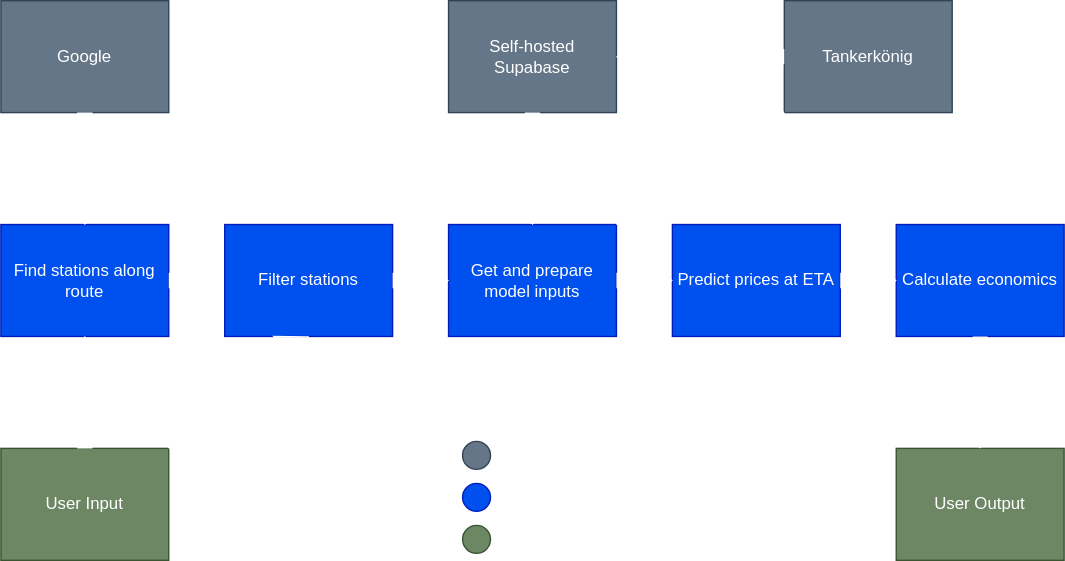
Before: structure_graphs/dark_theme_workflow.drawio.svg, a diagram exported from draw.io (momade02/ds_project_main). Source tidied: cells renumbered, new cells last; positions are measured from the earlier drawing's top-left corner, leaving out a move shared by most shapes.
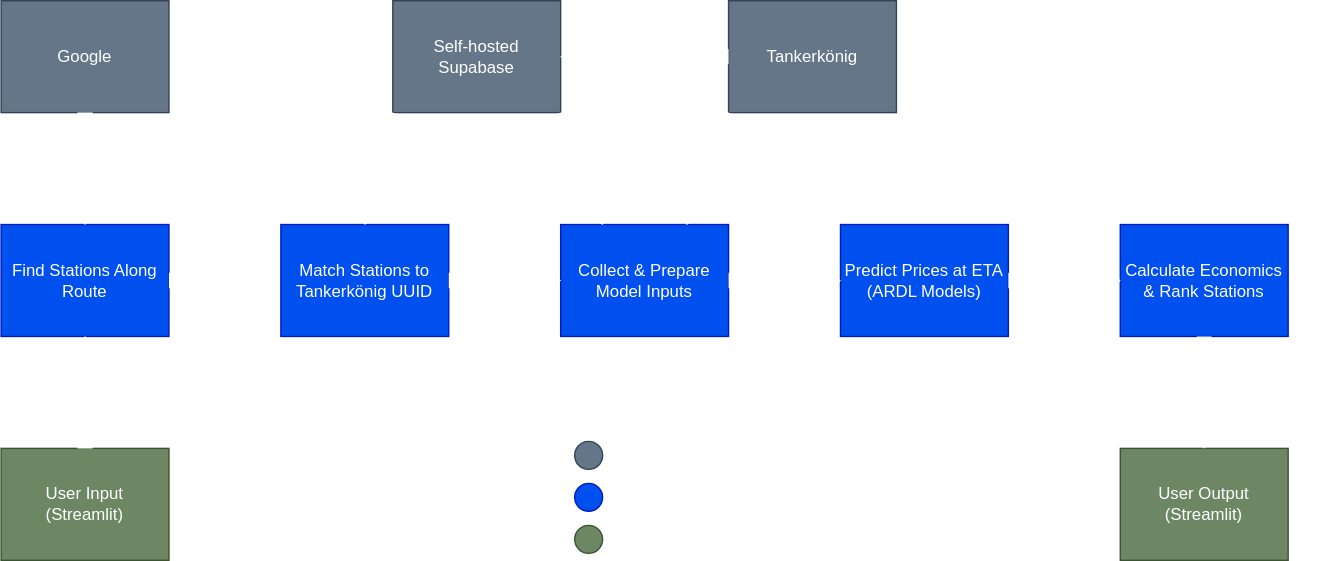
Later version of the same file.

Commit message:
Refactor code structure

Change to the diagram source:
```diff
@@ -2,99 +2,89 @@
   <root>
     <mxCell id="0" />
     <mxCell id="1" parent="0" />
-    <mxCell id="2" value="Find stations along route" style="rounded=0;whiteSpace=wrap;html=1;fillColor=#0050ef;strokeColor=#001DBC;fontColor=#ffffff;" parent="1" vertex="1">
-      <mxGeometry y="160" width="120" height="80" as="geometry" />
+    <mxCell id="2" value="Find Stations Along Route&amp;nbsp;" style="rounded=0;whiteSpace=wrap;html=1;fillColor=#0050ef;strokeColor=#001DBC;fontColor=#FFFFFF;" parent="1" vertex="1">
+      <mxGeometry x="-40" y="160" width="120" height="80" as="geometry" />
     </mxCell>
-    <mxCell id="3" value="Get and prepare model inputs" style="rounded=0;whiteSpace=wrap;html=1;fillColor=#0050ef;strokeColor=#001DBC;fontColor=#ffffff;" parent="1" vertex="1">
-      <mxGeometry x="320" y="160" width="120" height="80" as="geometry" />
+    <mxCell id="3" value="Collect &amp;amp; Prepare Model Inputs" style="rounded=0;whiteSpace=wrap;html=1;fillColor=#0050ef;strokeColor=#001DBC;fontColor=#FFFFFF;" parent="1" vertex="1">
+      <mxGeometry x="360" y="160" width="120" height="80" as="geometry" />
     </mxCell>
-    <mxCell id="4" value="Predict prices at ETA" style="rounded=0;whiteSpace=wrap;html=1;fillColor=#0050ef;strokeColor=#001DBC;fontColor=#ffffff;" parent="1" vertex="1">
-      <mxGeometry x="480" y="160" width="120" height="80" as="geometry" />
+    <mxCell id="4" value="Predict Prices at ETA (ARDL Models)" style="rounded=0;whiteSpace=wrap;html=1;fillColor=#0050ef;strokeColor=#001DBC;fontColor=#FFFFFF;" parent="1" vertex="1">
+      <mxGeometry x="560" y="160" width="120" height="80" as="geometry" />
     </mxCell>
-    <mxCell id="5" value="Calculate economics" style="rounded=0;whiteSpace=wrap;html=1;fillColor=#0050ef;strokeColor=#001DBC;fontColor=#ffffff;" parent="1" vertex="1">
-      <mxGeometry x="640" y="160" width="120" height="80" as="geometry" />
+    <mxCell id="5" value="Calculate Economics &amp;amp; Rank Stations" style="rounded=0;whiteSpace=wrap;html=1;fillColor=#0050ef;strokeColor=#001DBC;fontColor=#FFFFFF;" parent="1" vertex="1">
+      <mxGeometry x="760" y="160" width="120" height="80" as="geometry" />
     </mxCell>
-    <mxCell id="6" value="User Input" style="rounded=0;whiteSpace=wrap;html=1;fillColor=#6d8764;strokeColor=#3A5431;fontColor=#ffffff;" parent="1" vertex="1">
-      <mxGeometry y="320" width="120" height="80" as="geometry" />
+    <mxCell id="6" value="User Input&lt;br&gt;(Streamlit)" style="rounded=0;whiteSpace=wrap;html=1;fillColor=#6d8764;strokeColor=#3A5431;fontColor=#FFFFFF;" parent="1" vertex="1">
+      <mxGeometry x="-40" y="320" width="120" height="80" as="geometry" />
     </mxCell>
-    <mxCell id="7" value="&lt;font style=&quot;color: rgb(255, 255, 255);&quot;&gt;Starting point&lt;/font&gt;&lt;div&gt;&lt;font style=&quot;color: rgb(255, 255, 255);&quot;&gt;Destination&lt;/font&gt;&lt;/div&gt;" style="shape=flexArrow;endArrow=classic;html=1;rounded=0;entryX=0.5;entryY=1;entryDx=0;entryDy=0;fillColor=none;fontColor=#FFFFFF;labelBackgroundColor=none;strokeColor=#FFFFFF;labelPosition=right;verticalLabelPosition=middle;align=left;verticalAlign=middle;spacing=8;" parent="1" edge="1" target="2">
-      <mxGeometry relative="1" as="geometry">
-        <mxPoint x="60" y="320" as="sourcePoint" />
-      </mxGeometry>
+    <mxCell id="7" value="&lt;font style=&quot;color: rgb(255, 255, 255);&quot;&gt;Starting point&lt;/font&gt;&lt;div&gt;&lt;font style=&quot;color: rgb(255, 255, 255);&quot;&gt;Destination&lt;/font&gt;&lt;/div&gt;" style="shape=flexArrow;endArrow=classic;html=1;rounded=0;entryX=0.5;entryY=1;entryDx=0;entryDy=0;fillColor=none;fontColor=#FFFFFF;labelBackgroundColor=none;labelPosition=right;verticalLabelPosition=middle;align=left;verticalAlign=middle;spacing=8;exitX=0.5;exitY=0;exitDx=0;exitDy=0;strokeColor=#FFFFFF;" parent="1" edge="1" source="6" target="2">
+      <mxGeometry relative="1" as="geometry" />
     </mxCell>
-    <mxCell id="8" value="Google" style="rounded=0;whiteSpace=wrap;html=1;fillColor=#647687;strokeColor=#314354;fontColor=#ffffff;" parent="1" vertex="1">
-      <mxGeometry width="120" height="80" as="geometry" />
+    <mxCell id="8" value="Google" style="rounded=0;whiteSpace=wrap;html=1;fillColor=#647687;strokeColor=#314354;fontColor=#FFFFFF;" parent="1" vertex="1">
+      <mxGeometry x="-40" width="120" height="80" as="geometry" />
     </mxCell>
-    <mxCell id="9" style="shape=flexArrow;endArrow=classic;html=1;rounded=0;entryX=0.5;entryY=0;entryDx=0;entryDy=0;fontColor=#FFFFFF;labelBackgroundColor=none;strokeColor=light-dark(#ffffff, #ededed);labelPosition=right;verticalLabelPosition=middle;align=left;verticalAlign=middle;" parent="1" edge="1" source="8" target="2">
+    <mxCell id="9" value="Geocode API&lt;br&gt;Directions API&lt;br&gt;Places API (new)" style="shape=flexArrow;endArrow=classic;html=1;rounded=0;entryX=0.5;entryY=0;entryDx=0;entryDy=0;fontColor=#FFFFFF;labelBackgroundColor=none;labelPosition=right;verticalLabelPosition=middle;align=left;verticalAlign=middle;fillColor=none;spacing=10;strokeColor=#FFFFFF;" parent="1" edge="1" source="8" target="2">
       <mxGeometry relative="1" as="geometry" />
     </mxCell>
-    <mxCell id="10" value="&lt;div style=&quot;scrollbar-color: rgb(226, 226, 226) rgb(251, 251, 251);&quot;&gt;&lt;br&gt;&lt;/div&gt;" style="edgeLabel;html=1;align=center;verticalAlign=middle;fontFamily=Helvetica;fontSize=11;fontColor=light-dark(#ffffff, #ededed);labelBorderColor=none;labelBackgroundColor=none;" parent="9" vertex="1">
+    <mxCell id="10" value="&lt;div style=&quot;scrollbar-color: rgb(226, 226, 226) rgb(251, 251, 251);&quot;&gt;&lt;br&gt;&lt;/div&gt;" style="edgeLabel;html=1;align=center;verticalAlign=middle;fontFamily=Helvetica;fontSize=11;fontColor=#FFFFFF;labelBorderColor=none;labelBackgroundColor=none;" parent="9" vertex="1">
       <mxGeometry x="-0.32" y="-4" relative="1" as="geometry" />
     </mxCell>
-    <mxCell id="11" value="Geocode API&lt;br&gt;Directions API&lt;br&gt;Places API (New)" style="edgeLabel;html=1;align=center;verticalAlign=middle;fontFamily=Helvetica;fontSize=11;fontColor=light-dark(#ffffff, #ededed);labelBorderColor=none;labelBackgroundColor=none;labelPosition=center;verticalLabelPosition=middle;horizontal=1;" parent="9" vertex="1">
-      <mxGeometry x="-0.22" y="1" relative="1" as="geometry">
-        <mxPoint x="49" as="offset" />
-      </mxGeometry>
-    </mxCell>
-    <mxCell id="12" style="shape=flexArrow;endArrow=classic;html=1;rounded=0;exitX=1;exitY=0.5;exitDx=0;exitDy=0;entryX=0;entryY=0.5;entryDx=0;entryDy=0;strokeColor=light-dark(#ffffff, #ededed);" parent="1" edge="1" source="2" target="21">
+    <mxCell id="12" style="shape=flexArrow;endArrow=classic;html=1;rounded=0;exitX=1;exitY=0.5;exitDx=0;exitDy=0;entryX=0;entryY=0.5;entryDx=0;entryDy=0;fillColor=none;fontColor=#FFFFFF;labelBackgroundColor=none;strokeColor=#FFFFFF;" parent="1" edge="1" source="2" target="21">
       <mxGeometry relative="1" as="geometry" />
     </mxCell>
-    <mxCell id="13" style="shape=flexArrow;endArrow=classic;html=1;rounded=0;entryX=0;entryY=0.5;entryDx=0;entryDy=0;exitX=1;exitY=0.5;exitDx=0;exitDy=0;strokeColor=light-dark(#ffffff, #ededed);" parent="1" edge="1" source="3" target="4">
+    <mxCell id="13" style="shape=flexArrow;endArrow=classic;html=1;rounded=0;entryX=0;entryY=0.5;entryDx=0;entryDy=0;exitX=1;exitY=0.5;exitDx=0;exitDy=0;fillColor=none;fontColor=#FFFFFF;labelBackgroundColor=none;strokeColor=#FFFFFF;" parent="1" edge="1" source="3" target="4">
       <mxGeometry relative="1" as="geometry" />
     </mxCell>
-    <mxCell id="14" style="shape=flexArrow;endArrow=classic;html=1;rounded=0;entryX=0;entryY=0.5;entryDx=0;entryDy=0;exitX=1;exitY=0.5;exitDx=0;exitDy=0;strokeColor=light-dark(#ffffff, #ededed);" parent="1" edge="1" source="4" target="5">
+    <mxCell id="14" style="shape=flexArrow;endArrow=classic;html=1;rounded=0;entryX=0;entryY=0.5;entryDx=0;entryDy=0;exitX=1;exitY=0.5;exitDx=0;exitDy=0;fillColor=none;fontColor=#FFFFFF;labelBackgroundColor=none;strokeColor=#FFFFFF;" parent="1" edge="1" source="4" target="5">
       <mxGeometry relative="1" as="geometry" />
     </mxCell>
-    <mxCell id="15" value="Self-hosted Supabase" style="rounded=0;whiteSpace=wrap;html=1;fillColor=#647687;strokeColor=#314354;fontColor=#ffffff;" parent="1" vertex="1">
-      <mxGeometry x="320" width="120" height="80" as="geometry" />
+    <mxCell id="15" value="Self-hosted Supabase" style="rounded=0;whiteSpace=wrap;html=1;fillColor=#647687;strokeColor=#314354;fontColor=#FFFFFF;" parent="1" vertex="1">
+      <mxGeometry x="240" width="120" height="80" as="geometry" />
     </mxCell>
-    <mxCell id="16" value="Tankerkönig" style="rounded=0;whiteSpace=wrap;html=1;fillColor=#647687;strokeColor=#314354;fontColor=#ffffff;" parent="1" vertex="1">
-      <mxGeometry x="560" width="120" height="80" as="geometry" />
+    <mxCell id="16" value="Tankerkönig&amp;nbsp;" style="rounded=0;whiteSpace=wrap;html=1;fillColor=#647687;strokeColor=#314354;fontColor=#FFFFFF;" parent="1" vertex="1">
+      <mxGeometry x="480" width="120" height="80" as="geometry" />
     </mxCell>
-    <mxCell id="17" value="Historic prices" style="shape=flexArrow;endArrow=classic;html=1;rounded=0;exitX=0.5;exitY=1;exitDx=0;exitDy=0;entryX=0.5;entryY=0;entryDx=0;entryDy=0;fillColor=none;fillStyle=auto;fontColor=light-dark(#ffffff, #ededed);textShadow=0;labelBorderColor=none;strokeColor=light-dark(#ffffff, #ededed);labelBackgroundColor=none;labelPosition=left;verticalLabelPosition=middle;align=right;verticalAlign=middle;spacingLeft=-1;spacingBottom=0;spacing=10;spacingTop=-25;" parent="1" edge="1" source="15" target="3">
+    <mxCell id="17" value="Lagged Prices" style="shape=flexArrow;endArrow=classic;html=1;rounded=0;entryX=0.25;entryY=0;entryDx=0;entryDy=0;fillColor=none;fillStyle=auto;fontColor=#FFFFFF;textShadow=0;labelBorderColor=none;labelBackgroundColor=none;labelPosition=left;verticalLabelPosition=middle;align=right;verticalAlign=middle;spacingLeft=0;spacingBottom=0;spacing=10;spacingTop=0;exitX=1;exitY=1;exitDx=0;exitDy=0;strokeColor=#FFFFFF;" parent="1" edge="1" source="15" target="3">
       <mxGeometry relative="1" as="geometry" />
     </mxCell>
-    <mxCell id="18" value="Intrady prices" style="shape=flexArrow;endArrow=classic;html=1;rounded=0;exitX=0;exitY=1;exitDx=0;exitDy=0;entryX=1;entryY=0;entryDx=0;entryDy=0;fontColor=light-dark(#ffffff, #ededed);labelBackgroundColor=none;strokeColor=light-dark(#ffffff, #ededed);labelPosition=left;verticalLabelPosition=top;align=right;verticalAlign=bottom;spacing=5;" parent="1" edge="1" source="16" target="3">
+    <mxCell id="18" value="Intraday Prices&lt;br&gt;(Prices API)" style="shape=flexArrow;endArrow=classic;html=1;rounded=0;exitX=0;exitY=1;exitDx=0;exitDy=0;entryX=0.75;entryY=0;entryDx=0;entryDy=0;fontColor=#FFFFFF;labelBackgroundColor=none;labelPosition=right;verticalLabelPosition=middle;align=left;verticalAlign=middle;spacing=10;fillColor=none;spacingTop=0;spacingRight=0;spacingLeft=5;strokeColor=#FFFFFF;" parent="1" edge="1" source="16" target="3">
       <mxGeometry relative="1" as="geometry" />
     </mxCell>
-    <mxCell id="19" value="Daily price dumps&lt;div&gt;&lt;br&gt;&lt;/div&gt;" style="shape=flexArrow;endArrow=classic;html=1;rounded=0;exitX=0;exitY=0.5;exitDx=0;exitDy=0;entryX=1;entryY=0.5;entryDx=0;entryDy=0;fillColor=none;fontColor=light-dark(#ffffff, #ededed);strokeColor=light-dark(#ffffff, #ededed);labelBackgroundColor=none;horizontal=1;fontSize=11;verticalAlign=bottom;spacing=2;spacingLeft=12;" parent="1" edge="1">
-      <mxGeometry relative="1" as="geometry">
-        <mxPoint x="560" y="40" as="sourcePoint" />
-        <mxPoint x="440" y="40" as="targetPoint" />
-      </mxGeometry>
+    <mxCell id="19" value="Daily Price Dumps&lt;div&gt;&lt;br&gt;&lt;/div&gt;" style="shape=flexArrow;endArrow=classic;html=1;rounded=0;entryX=1;entryY=0.5;entryDx=0;entryDy=0;fillColor=none;fontColor=#FFFFFF;labelBackgroundColor=none;horizontal=1;fontSize=11;verticalAlign=bottom;spacing=2;spacingLeft=2;exitX=0;exitY=0.5;exitDx=0;exitDy=0;spacingTop=0;strokeColor=#FFFFFF;" parent="1" edge="1" source="16" target="15">
+      <mxGeometry relative="1" as="geometry" />
     </mxCell>
-    <mxCell id="20" value="User Output" style="rounded=0;whiteSpace=wrap;html=1;fillColor=#6d8764;strokeColor=#3A5431;fontColor=#ffffff;" parent="1" vertex="1">
-      <mxGeometry x="640" y="320" width="120" height="80" as="geometry" />
+    <mxCell id="20" value="User Output&lt;br&gt;(Streamlit)" style="rounded=0;whiteSpace=wrap;html=1;fillColor=#6d8764;strokeColor=#3A5431;fontColor=#FFFFFF;" parent="1" vertex="1">
+      <mxGeometry x="760" y="320" width="120" height="80" as="geometry" />
     </mxCell>
-    <mxCell id="21" value="Filter stations" style="rounded=0;whiteSpace=wrap;html=1;fillColor=#0050ef;strokeColor=#001DBC;fontColor=#ffffff;" parent="1" vertex="1">
+    <mxCell id="21" value="Match Stations to Tankerkönig UUID" style="rounded=0;whiteSpace=wrap;html=1;fillColor=#0050ef;strokeColor=#001DBC;fontColor=#FFFFFF;" parent="1" vertex="1">
       <mxGeometry x="160" y="160" width="120" height="80" as="geometry" />
     </mxCell>
-    <mxCell id="22" style="shape=flexArrow;endArrow=classic;html=1;rounded=0;exitX=1;exitY=0.5;exitDx=0;exitDy=0;entryX=0;entryY=0.5;entryDx=0;entryDy=0;strokeColor=#FFFFFF;" parent="1" edge="1" source="21" target="3">
+    <mxCell id="22" style="shape=flexArrow;endArrow=classic;html=1;rounded=0;exitX=1;exitY=0.5;exitDx=0;exitDy=0;entryX=0;entryY=0.5;entryDx=0;entryDy=0;fillColor=none;fontColor=#FFFFFF;labelBackgroundColor=none;strokeColor=#FFFFFF;" parent="1" edge="1" source="21" target="3">
       <mxGeometry relative="1" as="geometry" />
     </mxCell>
-    <mxCell id="23" value="&lt;font style=&quot;color: light-dark(rgb(255, 255, 255), rgb(237, 237, 237));&quot;&gt;Station constraints&lt;/font&gt;" style="shape=flexArrow;endArrow=classic;html=1;rounded=0;exitX=1;exitY=0;exitDx=0;exitDy=0;entryX=0.5;entryY=1;entryDx=0;entryDy=0;fillColor=none;strokeColor=#FFFFFF;fontColor=light-dark(#ffffff, #ededed);labelBackgroundColor=none;labelPosition=right;verticalLabelPosition=bottom;align=left;verticalAlign=top;" parent="1" edge="1" source="6" target="21">
-      <mxGeometry relative="1" as="geometry" />
-    </mxCell>
-    <mxCell id="24" value="Recommendation" style="shape=flexArrow;endArrow=classic;html=1;exitX=0.5;exitY=1;exitDx=0;exitDy=0;entryX=0.5;entryY=0;entryDx=0;entryDy=0;strokeColor=light-dark(#ffffff, #ededed);fontColor=#FFFFFF;labelBackgroundColor=none;labelPosition=left;verticalLabelPosition=middle;align=right;verticalAlign=middle;spacing=9;" parent="1" edge="1" source="5" target="20">
+    <mxCell id="24" value="Stations Ranking" style="shape=flexArrow;endArrow=classic;html=1;exitX=0.5;exitY=1;exitDx=0;exitDy=0;entryX=0.5;entryY=0;entryDx=0;entryDy=0;fontColor=#FFFFFF;labelBackgroundColor=none;labelPosition=right;verticalLabelPosition=middle;align=left;verticalAlign=middle;spacing=9;fillColor=none;strokeColor=#FFFFFF;" parent="1" edge="1" source="5" target="20">
       <mxGeometry relative="1" as="geometry" />
     </mxCell>
+    <mxCell id="31" style="ellipse;whiteSpace=wrap;html=1;fillColor=#647687;fontColor=#FFFFFF;strokeColor=#314354;" parent="1" vertex="1">
+      <mxGeometry x="370" y="315" width="20" height="20" as="geometry" />
+    </mxCell>
-    <mxCell id="25" style="ellipse;whiteSpace=wrap;html=1;fillColor=#647687;fontColor=#ffffff;strokeColor=#314354;align=left;" parent="1" vertex="1">
-      <mxGeometry x="330" y="315" width="20" height="20" as="geometry" />
+    <mxCell id="25" style="ellipse;whiteSpace=wrap;html=1;fillColor=#0050ef;fontColor=#FFFFFF;strokeColor=#001DBC;" parent="1" vertex="1">
+      <mxGeometry x="370" y="345" width="20" height="20" as="geometry" />
     </mxCell>
+    <mxCell id="32" style="ellipse;whiteSpace=wrap;html=1;fillColor=#6d8764;fontColor=#FFFFFF;strokeColor=#3A5431;" parent="1" vertex="1">
+      <mxGeometry x="370" y="375" width="20" height="20" as="geometry" />
+    </mxCell>
-    <mxCell id="26" style="ellipse;whiteSpace=wrap;html=1;fillColor=#0050ef;fontColor=#ffffff;strokeColor=#001DBC;align=left;" parent="1" vertex="1">
-      <mxGeometry x="330" y="345" width="20" height="20" as="geometry" />
+    <mxCell id="26" value="Data source" style="text;html=1;align=left;verticalAlign=middle;whiteSpace=wrap;rounded=0;fontSize=11;fontColor=#FFFFFF;" parent="1" vertex="1">
+      <mxGeometry x="400" y="310" width="70" height="30" as="geometry" />
     </mxCell>
-    <mxCell id="27" style="ellipse;whiteSpace=wrap;html=1;fillColor=#6d8764;fontColor=#ffffff;strokeColor=#3A5431;align=left;" parent="1" vertex="1">
-      <mxGeometry x="330" y="375" width="20" height="20" as="geometry" />
+    <mxCell id="27" value="Pipeline" style="text;html=1;align=left;verticalAlign=middle;whiteSpace=wrap;rounded=0;fontSize=11;fontColor=#FFFFFF;" parent="1" vertex="1">
+      <mxGeometry x="400" y="340" width="70" height="30" as="geometry" />
     </mxCell>
-    <mxCell id="28" value="Data source" style="text;html=1;align=left;verticalAlign=middle;whiteSpace=wrap;rounded=0;fontSize=11;fontColor=#FFFFFF;" parent="1" vertex="1">
-      <mxGeometry x="360" y="310" width="70" height="30" as="geometry" />
+    <mxCell id="28" value="User" style="text;html=1;align=left;verticalAlign=middle;whiteSpace=wrap;rounded=0;fontSize=11;fontColor=#FFFFFF;" parent="1" vertex="1">
+      <mxGeometry x="400" y="370" width="70" height="30" as="geometry" />
     </mxCell>
-    <mxCell id="29" value="Pipeline" style="text;html=1;align=left;verticalAlign=middle;whiteSpace=wrap;rounded=0;fontSize=11;fontColor=#FFFFFF;" parent="1" vertex="1">
-      <mxGeometry x="360" y="340" width="70" height="30" as="geometry" />
+    <mxCell id="29" value="Stations in DE" style="shape=flexArrow;endArrow=classic;html=1;rounded=0;entryX=0.5;entryY=0;entryDx=0;entryDy=0;fillColor=none;fillStyle=auto;fontColor=#FFFFFF;textShadow=0;labelBorderColor=none;labelBackgroundColor=none;labelPosition=left;verticalLabelPosition=middle;align=right;verticalAlign=middle;spacingLeft=0;spacingBottom=0;spacing=10;spacingTop=0;exitX=0;exitY=1;exitDx=0;exitDy=0;strokeColor=#FFFFFF;" parent="1" edge="1" source="15" target="21">
+      <mxGeometry relative="1" as="geometry" />
     </mxCell>
-    <mxCell id="30" value="User" style="text;html=1;align=left;verticalAlign=middle;whiteSpace=wrap;rounded=0;fontSize=11;fontColor=#FFFFFF;" parent="1" vertex="1">
-      <mxGeometry x="360" y="370" width="70" height="30" as="geometry" />
-    </mxCell>
   </root>
 </mxGraphModel>
```
